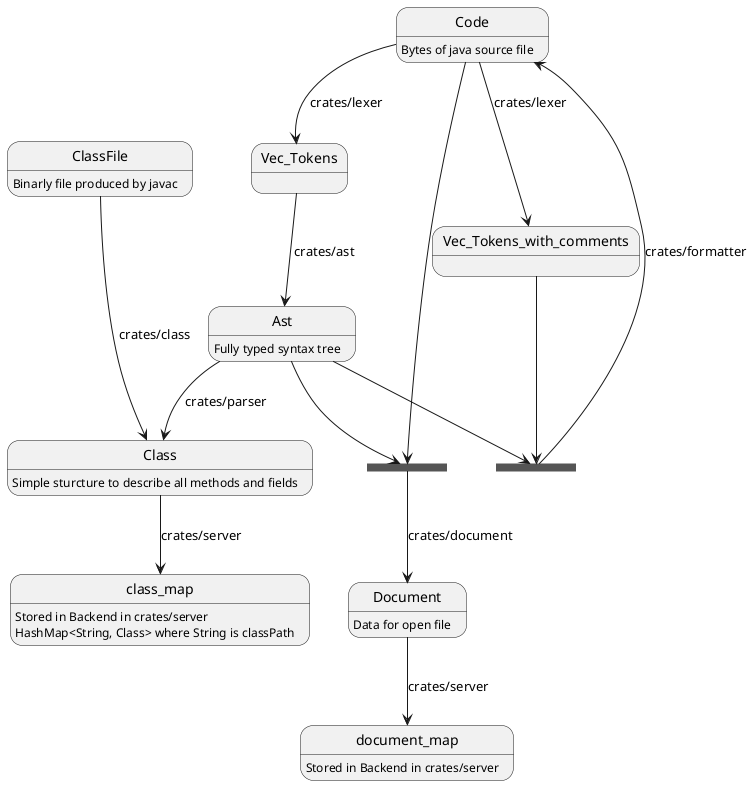
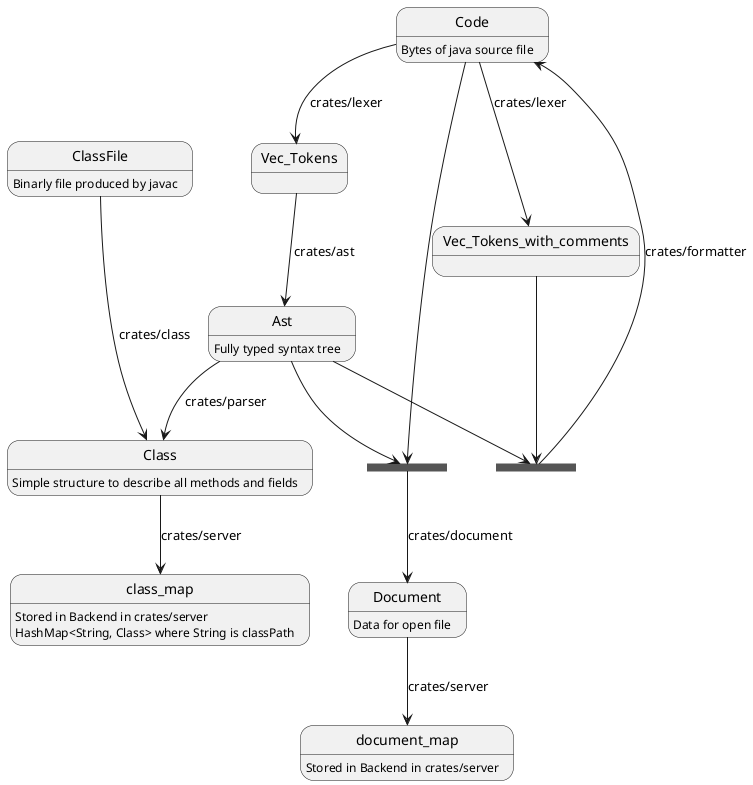
@startuml

state Code
Code : Bytes of java source file
state Vec_Tokens
state Vec_Tokens_with_comments
state Ast
Ast : Fully typed syntax tree
state Class
- Class : Simple sturcture to describe all methods and fields
+ Class : Simple structure to describe all methods and fields

state ClassFile
ClassFile : Binarly file produced by javac

state FormatterInput <<join>>
state DocumentInput <<join>>

state Document
Document : Data for open file
state document_map
document_map : Stored in Backend in crates/server

class_map : Stored in Backend in crates/server
class_map : HashMap<String, Class> where String is classPath


Code --> Vec_Tokens : crates/lexer
Code --> Vec_Tokens_with_comments: crates/lexer

Vec_Tokens_with_comments --> FormatterInput
Ast --> FormatterInput

FormatterInput --> Code : crates/formatter

Vec_Tokens --> Ast : crates/ast

Ast --> Class : crates/parser

ClassFile ---> Class : crates/class

Class --> class_map : crates/server

Code --> DocumentInput
Ast --> DocumentInput
DocumentInput --> Document : crates/document

Document --> document_map : crates/server

@enduml

